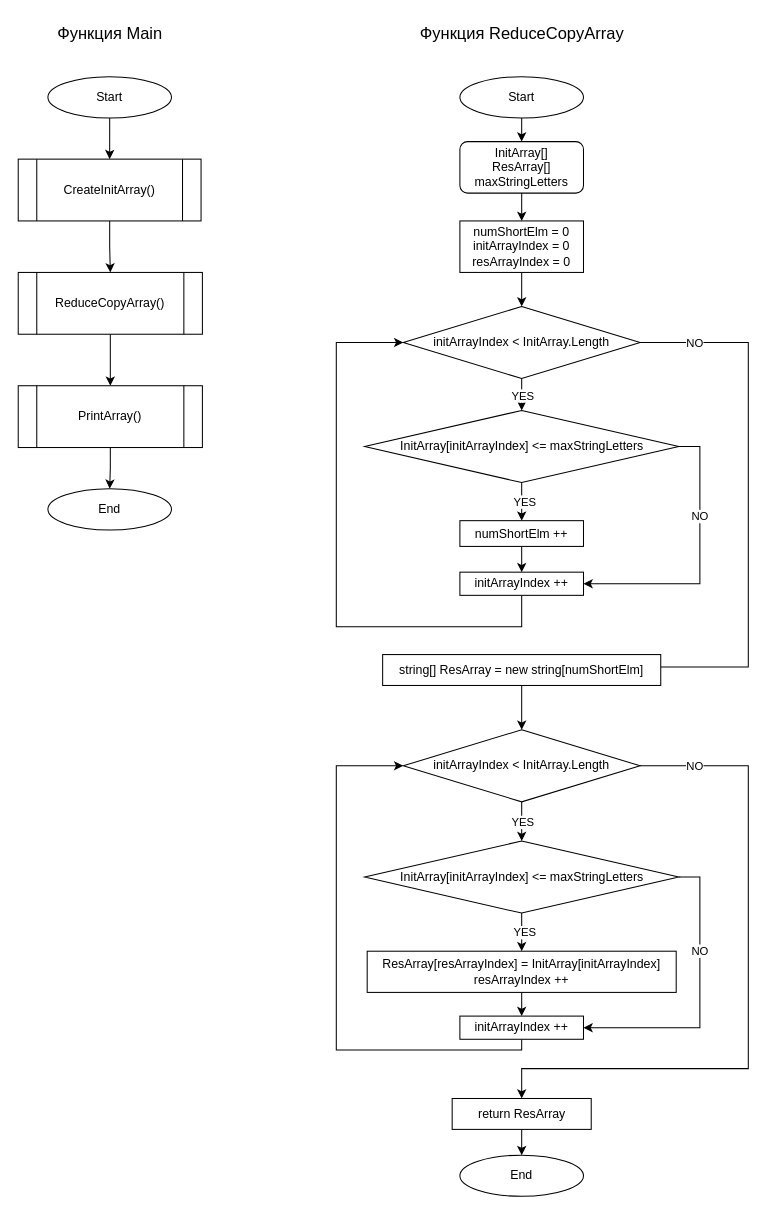
Before: Scheme.drawio in barinovdy/Developer_Final_Task, a draw.io diagram. Source tidied: cells renumbered, new cells numbered last; positions are measured from the earlier drawing's top-left corner, leaving out a move shared by most shapes. Both pictures are drawn from the tidied source at 103%, with x=0, y=0 at pixel (18, 18).
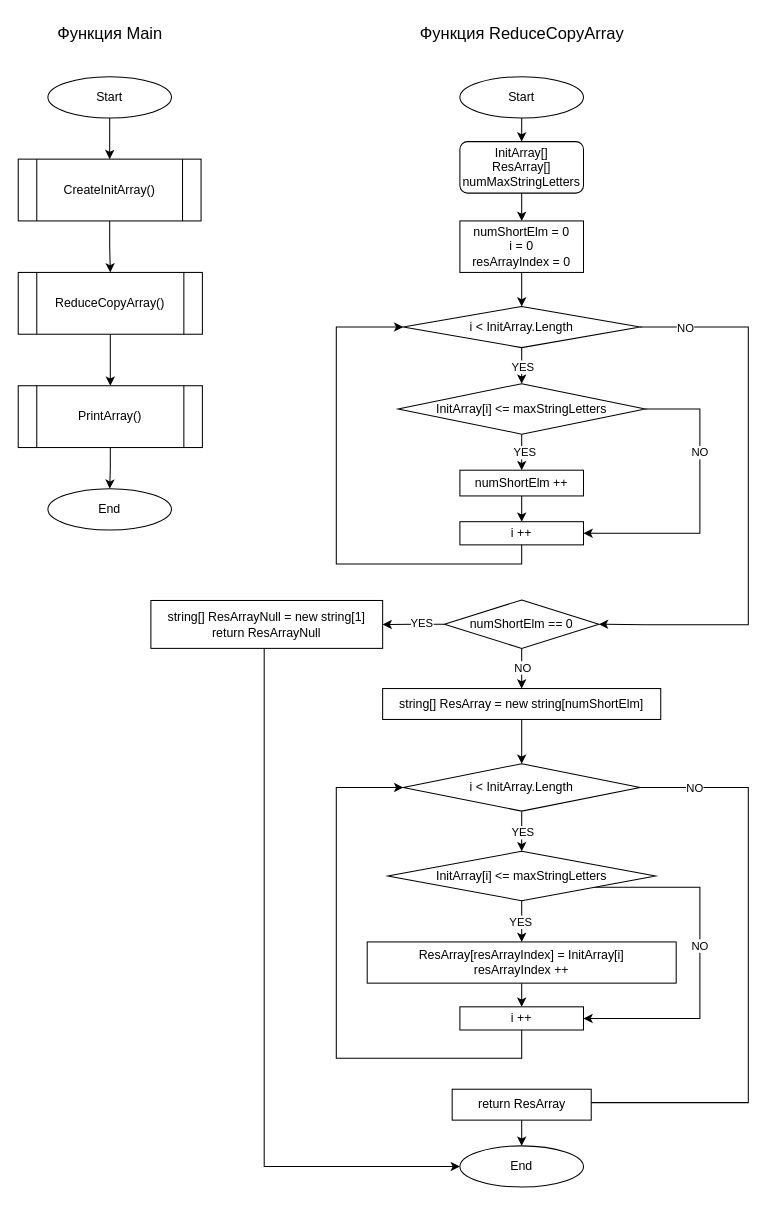
The same page after the edit.

Diff of the diagram source:
```diff
@@
-    <mxCell id="16" value="&lt;div&gt;&lt;span style=&quot;background-color: initial;&quot;&gt;numShortElm = 0&lt;/span&gt;&lt;br&gt;&lt;/div&gt;&lt;div&gt;initArrayIndex = 0&lt;/div&gt;&lt;div&gt;resArrayIndex = 0&lt;/div&gt;" style="whiteSpace=wrap;html=1;" parent="1" vertex="1">
+    <mxCell id="16" value="&lt;div&gt;&lt;span style=&quot;background-color: initial;&quot;&gt;numShortElm = 0&lt;/span&gt;&lt;br&gt;&lt;/div&gt;&lt;div&gt;i = 0&lt;/div&gt;&lt;div&gt;resArrayIndex = 0&lt;/div&gt;" style="whiteSpace=wrap;html=1;" parent="1" vertex="1">
       <mxGeometry x="429" y="197" width="120" height="50" as="geometry" />
     </mxCell>
@@
-    <mxCell id="19" style="edgeStyle=orthogonalEdgeStyle;rounded=0;jettySize=auto;html=1;entryX=0.5;entryY=0;entryDx=0;entryDy=0;" parent="1" edge="1" source="21" target="34">
+    <mxCell id="19" style="edgeStyle=orthogonalEdgeStyle;rounded=0;jettySize=auto;html=1;entryX=1;entryY=0.5;entryDx=0;entryDy=0;exitX=1;exitY=0.5;exitDx=0;exitDy=0;" parent="1" edge="1" source="21" target="56">
       <mxGeometry relative="1" as="geometry">
         <Array as="points">
-          <mxPoint x="709" y="315" />
-          <mxPoint x="709" y="630" />
-          <mxPoint x="489" y="630" />
+          <mxPoint x="709" y="300" />
+          <mxPoint x="709" y="589" />
+          <mxPoint x="609" y="589" />
         </Array>
       </mxGeometry>
     </mxCell>
@@
-    <mxCell id="21" value="initArrayIndex &amp;lt; InitArray.Length" style="rhombus;whiteSpace=wrap;html=1;" parent="1" vertex="1">
-      <mxGeometry x="374" y="280" width="230" height="70" as="geometry" />
+    <mxCell id="21" value="i &amp;lt; InitArray.Length" style="rhombus;whiteSpace=wrap;html=1;" parent="1" vertex="1">
+      <mxGeometry x="374" y="280" width="230" height="40" as="geometry" />
     </mxCell>
@@
-    <mxCell id="23" value="&lt;div&gt;InitArray[]&lt;/div&gt;&lt;div&gt;ResArray[]&lt;/div&gt;&lt;div&gt;maxStringLetters&lt;/div&gt;" style="rounded=1;whiteSpace=wrap;html=1;" parent="1" vertex="1">
+    <mxCell id="23" value="&lt;div&gt;InitArray[]&lt;/div&gt;&lt;div&gt;ResArray[]&lt;/div&gt;&lt;div&gt;numMaxStringLetters&lt;/div&gt;" style="rounded=1;whiteSpace=wrap;html=1;" parent="1" vertex="1">
       <mxGeometry x="429" y="120" width="120" height="50" as="geometry" />
     </mxCell>
@@
-    <mxCell id="26" style="edgeStyle=orthogonalEdgeStyle;rounded=0;jettySize=auto;html=1;entryX=1;entryY=0.5;entryDx=0;entryDy=0;" parent="1" edge="1" source="28" target="32">
+    <mxCell id="26" style="edgeStyle=orthogonalEdgeStyle;rounded=0;jettySize=auto;html=1;entryX=1;entryY=0.5;entryDx=0;entryDy=0;exitX=1;exitY=0.5;exitDx=0;exitDy=0;" parent="1" edge="1" source="28" target="32">
       <mxGeometry relative="1" as="geometry">
         <Array as="points">
-          <mxPoint x="662" y="416" />
-          <mxPoint x="662" y="549" />
+          <mxPoint x="662" y="380" />
+          <mxPoint x="662" y="500" />
         </Array>
       </mxGeometry>
     </mxCell>
@@
-    <mxCell id="28" value="InitArray[initArrayIndex] &amp;lt;= maxStringLetters" style="rhombus;whiteSpace=wrap;html=1;" parent="1" vertex="1">
-      <mxGeometry x="336.5" y="381" width="305" height="70" as="geometry" />
+    <mxCell id="28" value="InitArray[i] &amp;lt;= maxStringLetters" style="rhombus;whiteSpace=wrap;html=1;" parent="1" vertex="1">
+      <mxGeometry x="369" y="355" width="240" height="49" as="geometry" />
     </mxCell>
@@
     <mxCell id="30" value="numShortElm ++" style="whiteSpace=wrap;html=1;" parent="1" vertex="1">
-      <mxGeometry x="429" y="488" width="120" height="25" as="geometry" />
+      <mxGeometry x="429" y="439" width="120" height="25" as="geometry" />
     </mxCell>
     <mxCell id="31" style="edgeStyle=orthogonalEdgeStyle;rounded=0;jettySize=auto;html=1;entryX=0;entryY=0.5;entryDx=0;entryDy=0;" parent="1" edge="1" source="32" target="21">
       <mxGeometry relative="1" as="geometry">
         <Array as="points">
-          <mxPoint x="309" y="591" />
-          <mxPoint x="309" y="315" />
+          <mxPoint x="489" y="530" />
+          <mxPoint x="309" y="530" />
+          <mxPoint x="309" y="300" />
         </Array>
       </mxGeometry>
     </mxCell>
-    <mxCell id="32" value="initArrayIndex ++" style="whiteSpace=wrap;html=1;" parent="1" vertex="1">
-      <mxGeometry x="429" y="538" width="120" height="22.5" as="geometry" />
+    <mxCell id="32" value="i ++" style="whiteSpace=wrap;html=1;" parent="1" vertex="1">
+      <mxGeometry x="429" y="489" width="120" height="22.5" as="geometry" />
     </mxCell>
@@
     <mxCell id="34" value="&lt;div&gt;string[]&amp;nbsp;&lt;span style=&quot;background-color: initial;&quot;&gt;ResArray&lt;/span&gt;&lt;span style=&quot;background-color: initial;&quot;&gt;&amp;nbsp;= new string[&lt;/span&gt;&lt;span style=&quot;background-color: initial;&quot;&gt;numShortElm&lt;/span&gt;&lt;span style=&quot;background-color: initial;&quot;&gt;]&lt;/span&gt;&lt;/div&gt;" style="rounded=0;whiteSpace=wrap;html=1;" parent="1" vertex="1">
-      <mxGeometry x="354" y="618" width="270" height="30" as="geometry" />
+      <mxGeometry x="354" y="651" width="270" height="30" as="geometry" />
     </mxCell>
@@
-    <mxCell id="37" style="edgeStyle=orthogonalEdgeStyle;rounded=0;jettySize=auto;html=1;entryX=0.5;entryY=0;entryDx=0;entryDy=0;" parent="1" edge="1" source="39" target="50">
+    <mxCell id="37" style="edgeStyle=orthogonalEdgeStyle;rounded=0;jettySize=auto;html=1;entryX=0.5;entryY=0;entryDx=0;entryDy=0;exitX=1;exitY=0.5;exitDx=0;exitDy=0;" parent="1" edge="1" source="39" target="50">
       <mxGeometry relative="1" as="geometry">
         <Array as="points">
-          <mxPoint x="709" y="726" />
-          <mxPoint x="709" y="1020" />
-          <mxPoint x="489" y="1020" />
+          <mxPoint x="709" y="747" />
+          <mxPoint x="709" y="1053" />
+          <mxPoint x="489" y="1053" />
         </Array>
       </mxGeometry>
     </mxCell>
@@
-    <mxCell id="39" value="initArrayIndex &amp;lt; InitArray.Length" style="rhombus;whiteSpace=wrap;html=1;" parent="1" vertex="1">
-      <mxGeometry x="374" y="691" width="230" height="70" as="geometry" />
+    <mxCell id="39" value="i &amp;lt; InitArray.Length" style="rhombus;whiteSpace=wrap;html=1;" parent="1" vertex="1">
+      <mxGeometry x="374" y="724" width="230" height="46" as="geometry" />
     </mxCell>
@@
     <mxCell id="42" style="edgeStyle=orthogonalEdgeStyle;rounded=0;jettySize=auto;html=1;entryX=1;entryY=0.5;entryDx=0;entryDy=0;" parent="1" edge="1" source="44" target="48">
       <mxGeometry relative="1" as="geometry">
         <Array as="points">
-          <mxPoint x="662" y="834" />
-          <mxPoint x="662" y="980" />
+          <mxPoint x="662" y="844" />
+          <mxPoint x="662" y="971" />
         </Array>
       </mxGeometry>
     </mxCell>
     <mxCell id="43" value="NO" style="edgeLabel;html=1;align=center;verticalAlign=middle;" parent="42" vertex="1">
-      <mxGeometry x="-0.34" y="-1" relative="1" as="geometry" />
+      <mxGeometry x="-0.34" y="-1" relative="1" as="geometry">
+        <mxPoint y="46" as="offset" />
+      </mxGeometry>
     </mxCell>
-    <mxCell id="44" value="InitArray[initArrayIndex] &amp;lt;= maxStringLetters" style="rhombus;whiteSpace=wrap;html=1;" parent="1" vertex="1">
-      <mxGeometry x="336.5" y="799" width="305" height="70" as="geometry" />
+    <mxCell id="44" value="InitArray[i] &amp;lt;= maxStringLetters" style="rhombus;whiteSpace=wrap;html=1;" parent="1" vertex="1">
+      <mxGeometry x="359" y="809" width="260" height="48" as="geometry" />
     </mxCell>
@@
-    <mxCell id="46" value="ResArray[resArrayIndex] = InitArray[initArrayIndex]&lt;div&gt;resArrayIndex ++&lt;br&gt;&lt;/div&gt;" style="whiteSpace=wrap;html=1;" parent="1" vertex="1">
-      <mxGeometry x="339" y="906" width="300" height="40" as="geometry" />
+    <mxCell id="46" value="ResArray[resArrayIndex] = InitArray[i]&lt;div&gt;resArrayIndex ++&lt;br&gt;&lt;/div&gt;" style="whiteSpace=wrap;html=1;" parent="1" vertex="1">
+      <mxGeometry x="339" y="897" width="300" height="40" as="geometry" />
     </mxCell>
     <mxCell id="47" style="edgeStyle=orthogonalEdgeStyle;rounded=0;jettySize=auto;html=1;entryX=0;entryY=0.5;entryDx=0;entryDy=0;" parent="1" edge="1" source="48" target="39">
       <mxGeometry relative="1" as="geometry">
         <Array as="points">
-          <mxPoint x="309" y="1002" />
-          <mxPoint x="309" y="726" />
+          <mxPoint x="489" y="1010" />
+          <mxPoint x="309" y="1010" />
+          <mxPoint x="309" y="747" />
         </Array>
       </mxGeometry>
     </mxCell>
-    <mxCell id="48" value="initArrayIndex ++" style="whiteSpace=wrap;html=1;" parent="1" vertex="1">
-      <mxGeometry x="429" y="969" width="120" height="22.5" as="geometry" />
+    <mxCell id="48" value="i ++" style="whiteSpace=wrap;html=1;" parent="1" vertex="1">
+      <mxGeometry x="429" y="960" width="120" height="22.5" as="geometry" />
     </mxCell>
@@
     <mxCell id="50" value="&lt;div&gt;return&amp;nbsp;&lt;span style=&quot;background-color: initial;&quot;&gt;ResArray&lt;/span&gt;&lt;/div&gt;" style="rounded=0;whiteSpace=wrap;html=1;" parent="1" vertex="1">
-      <mxGeometry x="421.5" y="1049" width="135" height="30" as="geometry" />
+      <mxGeometry x="421.5" y="1040" width="135" height="30" as="geometry" />
     </mxCell>
     <mxCell id="51" value="&lt;font style=&quot;font-size: 12px;&quot;&gt;End&lt;/font&gt;" style="ellipse;whiteSpace=wrap;html=1;" parent="1" vertex="1">
-      <mxGeometry x="429" y="1104" width="120" height="40" as="geometry" />
+      <mxGeometry x="429" y="1095" width="120" height="40" as="geometry" />
     </mxCell>
+    <mxCell id="52" style="edgeStyle=orthogonalEdgeStyle;rounded=0;jettySize=auto;html=1;" parent="1" edge="1" source="56" target="34">
+      <mxGeometry relative="1" as="geometry" />
+    </mxCell>
+    <mxCell id="53" value="NO" style="edgeLabel;html=1;align=center;verticalAlign=middle;" parent="52" vertex="1">
+      <mxGeometry x="-0.11" relative="1" as="geometry" />
+    </mxCell>
+    <mxCell id="54" style="edgeStyle=orthogonalEdgeStyle;rounded=0;jettySize=auto;html=1;" parent="1" edge="1" source="56" target="58">
+      <mxGeometry relative="1" as="geometry" />
+    </mxCell>
+    <mxCell id="55" value="YES" style="edgeLabel;html=1;align=center;verticalAlign=middle;" parent="54" vertex="1">
+      <mxGeometry x="-0.25" y="-1" relative="1" as="geometry" />
+    </mxCell>
+    <mxCell id="56" value="numShortElm == 0" style="rhombus;whiteSpace=wrap;html=1;" parent="1" vertex="1">
+      <mxGeometry x="414" y="565" width="150" height="47" as="geometry" />
+    </mxCell>
+    <mxCell id="57" style="edgeStyle=orthogonalEdgeStyle;rounded=0;jettySize=auto;html=1;entryX=0;entryY=0.5;entryDx=0;entryDy=0;" parent="1" edge="1" source="58" target="51">
+      <mxGeometry relative="1" as="geometry">
+        <Array as="points">
+          <mxPoint x="239" y="1115" />
+        </Array>
+      </mxGeometry>
+    </mxCell>
+    <mxCell id="58" value="&lt;div&gt;string[]&amp;nbsp;&lt;span style=&quot;background-color: initial;&quot;&gt;ResArrayNull&lt;/span&gt;&lt;span style=&quot;background-color: initial;&quot;&gt;&amp;nbsp;= new string[1&lt;/span&gt;&lt;span style=&quot;background-color: initial;&quot;&gt;]&lt;/span&gt;&lt;/div&gt;&lt;div&gt;&lt;span style=&quot;background-color: initial;&quot;&gt;return ResArrayNull&lt;/span&gt;&lt;/div&gt;" style="rounded=0;whiteSpace=wrap;html=1;" parent="1" vertex="1">
+      <mxGeometry x="129" y="565.5" width="225" height="46.5" as="geometry" />
+    </mxCell>
```
